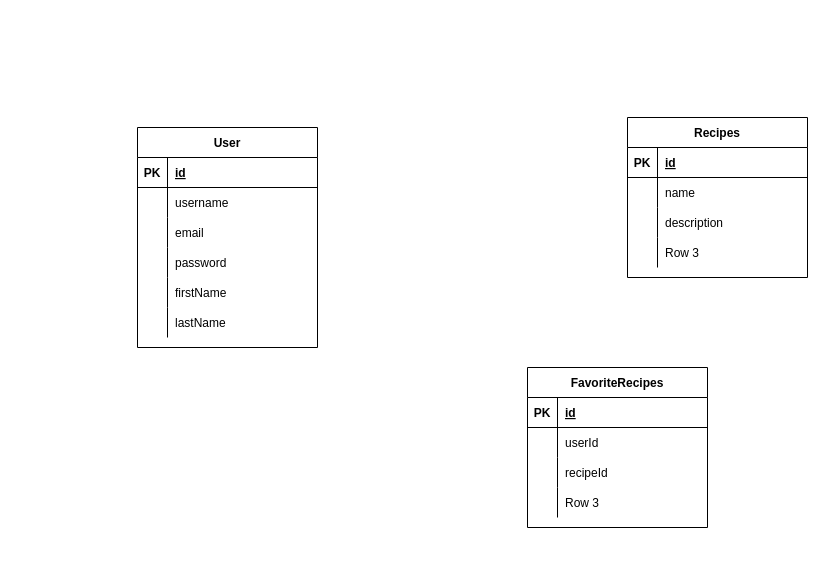
not9ahmed/project-4 keeps this draw.io diagram as ERD/Project 4 ERD.drawio. Above is the earlier version. Source tidied: cells renumbered, new cells numbered last; positions are measured from the earlier drawing's top-left corner, leaving out a move shared by most shapes. Both pictures are drawn from the tidied source at 100%, with x=0, y=0 at pixel (137, 117).
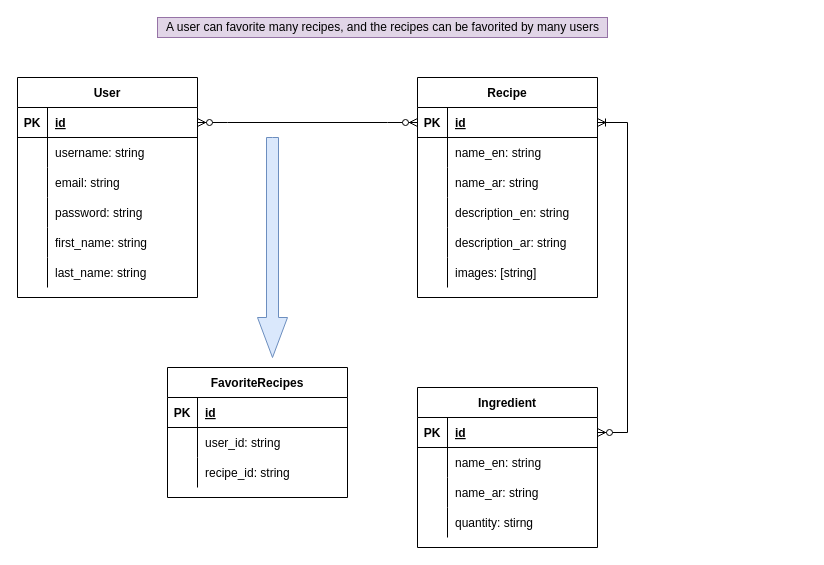
The same diagram, later.

The change refers to these unchanged cells:
```xml
<mxCell id="3" style="shape=tableRow;horizontal=0;startSize=0;swimlaneHead=0;swimlaneBody=0;fillColor=none;points=[[0,0.5],[1,0.5]];portConstraint=eastwest;top=0;left=0;right=0;bottom=1;" parent="2" vertex="1">
  <mxGeometry y="30" width="180" height="30" as="geometry" />
</mxCell>
<mxCell id="6" style="shape=tableRow;horizontal=0;startSize=0;swimlaneHead=0;swimlaneBody=0;fillColor=none;top=0;left=0;right=0;bottom=0;" parent="2" vertex="1">
  <mxGeometry y="60" width="180" height="30" as="geometry" />
</mxCell>
<mxCell id="9" style="shape=tableRow;horizontal=0;startSize=0;swimlaneHead=0;swimlaneBody=0;fillColor=none;top=0;left=0;right=0;bottom=0;" parent="2" vertex="1">
  <mxGeometry y="90" width="180" height="30" as="geometry" />
</mxCell>
<mxCell id="12" style="shape=tableRow;horizontal=0;startSize=0;swimlaneHead=0;swimlaneBody=0;fillColor=none;top=0;left=0;right=0;bottom=0;" parent="2" vertex="1">
  <mxGeometry y="120" width="180" height="30" as="geometry" />
</mxCell>
<mxCell id="15" style="shape=tableRow;horizontal=0;startSize=0;swimlaneHead=0;swimlaneBody=0;fillColor=none;top=0;left=0;right=0;bottom=0;" parent="2" vertex="1">
  <mxGeometry y="150" width="180" height="30" as="geometry" />
</mxCell>
<mxCell id="18" style="shape=tableRow;horizontal=0;startSize=0;swimlaneHead=0;swimlaneBody=0;fillColor=none;top=0;left=0;right=0;bottom=0;" parent="2" vertex="1">
  <mxGeometry y="180" width="180" height="30" as="geometry" />
</mxCell>
```

What changed in the source:
```diff
@@
     <mxCell id="2" value="User" style="shape=table;startSize=30;childLayout=tableLayout;rowLines=0;fontStyle=1;align=center;" parent="1" vertex="1">
-      <mxGeometry y="10" width="180" height="220" as="geometry" />
+      <mxGeometry x="-120" y="-40" width="180" height="220" as="geometry" />
     </mxCell>
@@
-    <mxCell id="8" value="username" style="shape=partialRectangle;fillColor=none;top=0;left=0;bottom=0;right=0;align=left;spacingLeft=6;overflow=hidden;" parent="6" vertex="1">
+    <mxCell id="8" value="username: string" style="shape=partialRectangle;fillColor=none;top=0;left=0;bottom=0;right=0;align=left;spacingLeft=6;overflow=hidden;" parent="6" vertex="1">
       <mxGeometry x="30" width="150" height="30" as="geometry" />
     </mxCell>
@@
-    <mxCell id="11" value="email" style="shape=partialRectangle;fillColor=none;top=0;left=0;bottom=0;right=0;align=left;spacingLeft=6;overflow=hidden;" parent="9" vertex="1">
+    <mxCell id="11" value="email: string" style="shape=partialRectangle;fillColor=none;top=0;left=0;bottom=0;right=0;align=left;spacingLeft=6;overflow=hidden;" parent="9" vertex="1">
       <mxGeometry x="30" width="150" height="30" as="geometry" />
     </mxCell>
@@
-    <mxCell id="14" value="password" style="shape=partialRectangle;fillColor=none;top=0;left=0;bottom=0;right=0;align=left;spacingLeft=6;overflow=hidden;" parent="12" vertex="1">
+    <mxCell id="14" value="password: string" style="shape=partialRectangle;fillColor=none;top=0;left=0;bottom=0;right=0;align=left;spacingLeft=6;overflow=hidden;" parent="12" vertex="1">
       <mxGeometry x="30" width="150" height="30" as="geometry" />
     </mxCell>
@@
-    <mxCell id="17" value="firstName" style="shape=partialRectangle;fillColor=none;top=0;left=0;bottom=0;right=0;align=left;spacingLeft=6;overflow=hidden;" parent="15" vertex="1">
+    <mxCell id="17" value="first_name: string" style="shape=partialRectangle;fillColor=none;top=0;left=0;bottom=0;right=0;align=left;spacingLeft=6;overflow=hidden;" parent="15" vertex="1">
       <mxGeometry x="30" width="150" height="30" as="geometry" />
     </mxCell>
@@
-    <mxCell id="20" value="lastName" style="shape=partialRectangle;fillColor=none;top=0;left=0;bottom=0;right=0;align=left;spacingLeft=6;overflow=hidden;" parent="18" vertex="1">
+    <mxCell id="20" value="last_name: string" style="shape=partialRectangle;fillColor=none;top=0;left=0;bottom=0;right=0;align=left;spacingLeft=6;overflow=hidden;" parent="18" vertex="1">
       <mxGeometry x="30" width="150" height="30" as="geometry" />
     </mxCell>
-    <mxCell id="21" value="Recipes" style="shape=table;startSize=30;childLayout=tableLayout;rowLines=0;fontStyle=1;align=center;" parent="1" vertex="1">
-      <mxGeometry x="490" width="180" height="160" as="geometry" />
-    </mxCell>
-    <mxCell id="22" style="shape=tableRow;horizontal=0;startSize=0;swimlaneHead=0;swimlaneBody=0;fillColor=none;top=0;left=0;right=0;bottom=1;" parent="21" vertex="1">
-      <mxGeometry y="30" width="180" height="30" as="geometry" />
-    </mxCell>
-    <mxCell id="23" value="PK" style="shape=partialRectangle;fillColor=none;top=0;left=0;bottom=0;right=0;fontStyle=1;overflow=hidden;" parent="22" vertex="1">
-      <mxGeometry width="30" height="30" as="geometry" />
-    </mxCell>
-    <mxCell id="24" value="id" style="shape=partialRectangle;fillColor=none;top=0;left=0;bottom=0;right=0;align=left;spacingLeft=6;fontStyle=5;overflow=hidden;" parent="22" vertex="1">
-      <mxGeometry x="30" width="150" height="30" as="geometry" />
-    </mxCell>
-    <mxCell id="25" style="shape=tableRow;horizontal=0;startSize=0;swimlaneHead=0;swimlaneBody=0;fillColor=none;top=0;left=0;right=0;bottom=0;" parent="21" vertex="1">
-      <mxGeometry y="60" width="180" height="30" as="geometry" />
-    </mxCell>
-    <mxCell id="26" style="shape=partialRectangle;fillColor=none;top=0;left=0;bottom=0;right=0;overflow=hidden;" parent="25" vertex="1">
-      <mxGeometry width="30" height="30" as="geometry" />
-    </mxCell>
-    <mxCell id="27" value="name" style="shape=partialRectangle;fillColor=none;top=0;left=0;bottom=0;right=0;align=left;spacingLeft=6;overflow=hidden;" parent="25" vertex="1">
-      <mxGeometry x="30" width="150" height="30" as="geometry" />
-    </mxCell>
-    <mxCell id="28" style="shape=tableRow;horizontal=0;startSize=0;swimlaneHead=0;swimlaneBody=0;fillColor=none;top=0;left=0;right=0;bottom=0;" parent="21" vertex="1">
-      <mxGeometry y="90" width="180" height="30" as="geometry" />
-    </mxCell>
-    <mxCell id="29" style="shape=partialRectangle;fillColor=none;top=0;left=0;bottom=0;right=0;overflow=hidden;" parent="28" vertex="1">
-      <mxGeometry width="30" height="30" as="geometry" />
-    </mxCell>
-    <mxCell id="30" value="description" style="shape=partialRectangle;fillColor=none;top=0;left=0;bottom=0;right=0;align=left;spacingLeft=6;overflow=hidden;" parent="28" vertex="1">
-      <mxGeometry x="30" width="150" height="30" as="geometry" />
-    </mxCell>
-    <mxCell id="31" style="shape=tableRow;horizontal=0;startSize=0;swimlaneHead=0;swimlaneBody=0;fillColor=none;top=0;left=0;right=0;bottom=0;" parent="21" vertex="1">
-      <mxGeometry y="120" width="180" height="30" as="geometry" />
-    </mxCell>
-    <mxCell id="32" style="shape=partialRectangle;fillColor=none;top=0;left=0;bottom=0;right=0;overflow=hidden;" parent="31" vertex="1">
-      <mxGeometry width="30" height="30" as="geometry" />
-    </mxCell>
-    <mxCell id="33" value="Row 3" style="shape=partialRectangle;fillColor=none;top=0;left=0;bottom=0;right=0;align=left;spacingLeft=6;overflow=hidden;" parent="31" vertex="1">
-      <mxGeometry x="30" width="150" height="30" as="geometry" />
-    </mxCell>
+    <mxCell id="47" value="Ingredient" style="shape=table;startSize=30;childLayout=tableLayout;rowLines=0;fontStyle=1;align=center;" parent="1" vertex="1">
+      <mxGeometry x="280" y="270" width="180" height="160" as="geometry" />
+    </mxCell>
+    <mxCell id="48" style="shape=tableRow;horizontal=0;startSize=0;swimlaneHead=0;swimlaneBody=0;fillColor=none;points=[[0,0.5],[1,0.5]];portConstraint=eastwest;top=0;left=0;right=0;bottom=1;" parent="47" vertex="1">
+      <mxGeometry y="30" width="180" height="30" as="geometry" />
+    </mxCell>
+    <mxCell id="49" value="PK" style="shape=partialRectangle;fillColor=none;top=0;left=0;bottom=0;right=0;fontStyle=1;overflow=hidden;" parent="48" vertex="1">
+      <mxGeometry width="30" height="30" as="geometry" />
+    </mxCell>
+    <mxCell id="50" value="id" style="shape=partialRectangle;fillColor=none;top=0;left=0;bottom=0;right=0;align=left;spacingLeft=6;fontStyle=5;overflow=hidden;" parent="48" vertex="1">
+      <mxGeometry x="30" width="150" height="30" as="geometry" />
+    </mxCell>
+    <mxCell id="51" style="shape=tableRow;horizontal=0;startSize=0;swimlaneHead=0;swimlaneBody=0;fillColor=none;top=0;left=0;right=0;bottom=0;" parent="47" vertex="1">
+      <mxGeometry y="60" width="180" height="30" as="geometry" />
+    </mxCell>
+    <mxCell id="52" style="shape=partialRectangle;fillColor=none;top=0;left=0;bottom=0;right=0;overflow=hidden;" parent="51" vertex="1">
+      <mxGeometry width="30" height="30" as="geometry" />
+    </mxCell>
+    <mxCell id="53" value="name_en: string" style="shape=partialRectangle;fillColor=none;top=0;left=0;bottom=0;right=0;align=left;spacingLeft=6;overflow=hidden;" parent="51" vertex="1">
+      <mxGeometry x="30" width="150" height="30" as="geometry" />
+    </mxCell>
+    <mxCell id="54" style="shape=tableRow;horizontal=0;startSize=0;swimlaneHead=0;swimlaneBody=0;fillColor=none;top=0;left=0;right=0;bottom=0;" parent="47" vertex="1">
+      <mxGeometry y="90" width="180" height="30" as="geometry" />
+    </mxCell>
+    <mxCell id="55" style="shape=partialRectangle;fillColor=none;top=0;left=0;bottom=0;right=0;overflow=hidden;" parent="54" vertex="1">
+      <mxGeometry width="30" height="30" as="geometry" />
+    </mxCell>
+    <mxCell id="56" value="name_ar: string" style="shape=partialRectangle;fillColor=none;top=0;left=0;bottom=0;right=0;align=left;spacingLeft=6;overflow=hidden;" parent="54" vertex="1">
+      <mxGeometry x="30" width="150" height="30" as="geometry" />
+    </mxCell>
+    <mxCell id="57" style="shape=tableRow;horizontal=0;startSize=0;swimlaneHead=0;swimlaneBody=0;fillColor=none;top=0;left=0;right=0;bottom=0;" parent="47" vertex="1">
+      <mxGeometry y="120" width="180" height="30" as="geometry" />
+    </mxCell>
+    <mxCell id="58" style="shape=partialRectangle;fillColor=none;top=0;left=0;bottom=0;right=0;overflow=hidden;" parent="57" vertex="1">
+      <mxGeometry width="30" height="30" as="geometry" />
+    </mxCell>
+    <mxCell id="59" value="quantity: stirng" style="shape=partialRectangle;fillColor=none;top=0;left=0;bottom=0;right=0;align=left;spacingLeft=6;overflow=hidden;" parent="57" vertex="1">
+      <mxGeometry x="30" width="150" height="30" as="geometry" />
+    </mxCell>
     <mxCell id="34" value="FavoriteRecipes" style="shape=table;startSize=30;childLayout=tableLayout;rowLines=0;fontStyle=1;align=center;" parent="1" vertex="1">
-      <mxGeometry x="390" y="250" width="180" height="160" as="geometry" />
+      <mxGeometry x="30" y="250" width="180" height="130" as="geometry" />
     </mxCell>
-    <mxCell id="35" style="shape=tableRow;horizontal=0;startSize=0;swimlaneHead=0;swimlaneBody=0;fillColor=none;top=0;left=0;right=0;bottom=1;" parent="34" vertex="1">
-      <mxGeometry y="30" width="180" height="30" as="geometry" />
-    </mxCell>
-    <mxCell id="36" value="PK" style="shape=partialRectangle;fillColor=none;top=0;left=0;bottom=0;right=0;fontStyle=1;overflow=hidden;" parent="35" vertex="1">
-      <mxGeometry width="30" height="30" as="geometry" />
-    </mxCell>
-    <mxCell id="37" value="id" style="shape=partialRectangle;fillColor=none;top=0;left=0;bottom=0;right=0;align=left;spacingLeft=6;fontStyle=5;overflow=hidden;" parent="35" vertex="1">
-      <mxGeometry x="30" width="150" height="30" as="geometry" />
-    </mxCell>
-    <mxCell id="38" style="shape=tableRow;horizontal=0;startSize=0;swimlaneHead=0;swimlaneBody=0;fillColor=none;top=0;left=0;right=0;bottom=0;" parent="34" vertex="1">
-      <mxGeometry y="60" width="180" height="30" as="geometry" />
-    </mxCell>
-    <mxCell id="39" style="shape=partialRectangle;fillColor=none;top=0;left=0;bottom=0;right=0;overflow=hidden;" parent="38" vertex="1">
-      <mxGeometry width="30" height="30" as="geometry" />
-    </mxCell>
-    <mxCell id="40" value="userId" style="shape=partialRectangle;fillColor=none;top=0;left=0;bottom=0;right=0;align=left;spacingLeft=6;overflow=hidden;" parent="38" vertex="1">
-      <mxGeometry x="30" width="150" height="30" as="geometry" />
-    </mxCell>
-    <mxCell id="41" style="shape=tableRow;horizontal=0;startSize=0;swimlaneHead=0;swimlaneBody=0;fillColor=none;top=0;left=0;right=0;bottom=0;" parent="34" vertex="1">
-      <mxGeometry y="90" width="180" height="30" as="geometry" />
-    </mxCell>
-    <mxCell id="42" style="shape=partialRectangle;fillColor=none;top=0;left=0;bottom=0;right=0;overflow=hidden;" parent="41" vertex="1">
-      <mxGeometry width="30" height="30" as="geometry" />
-    </mxCell>
-    <mxCell id="43" value="recipeId" style="shape=partialRectangle;fillColor=none;top=0;left=0;bottom=0;right=0;align=left;spacingLeft=6;overflow=hidden;" parent="41" vertex="1">
-      <mxGeometry x="30" width="150" height="30" as="geometry" />
-    </mxCell>
-    <mxCell id="44" style="shape=tableRow;horizontal=0;startSize=0;swimlaneHead=0;swimlaneBody=0;fillColor=none;top=0;left=0;right=0;bottom=0;" parent="34" vertex="1">
-      <mxGeometry y="120" width="180" height="30" as="geometry" />
-    </mxCell>
-    <mxCell id="45" style="shape=partialRectangle;fillColor=none;top=0;left=0;bottom=0;right=0;overflow=hidden;" parent="44" vertex="1">
-      <mxGeometry width="30" height="30" as="geometry" />
-    </mxCell>
-    <mxCell id="46" value="Row 3" style="shape=partialRectangle;fillColor=none;top=0;left=0;bottom=0;right=0;align=left;spacingLeft=6;overflow=hidden;" parent="44" vertex="1">
-      <mxGeometry x="30" width="150" height="30" as="geometry" />
-    </mxCell>
+    <mxCell id="60" style="shape=tableRow;horizontal=0;startSize=0;swimlaneHead=0;swimlaneBody=0;fillColor=none;top=0;left=0;right=0;bottom=1;" parent="34" vertex="1">
+      <mxGeometry y="30" width="180" height="30" as="geometry" />
+    </mxCell>
+    <mxCell id="61" value="PK" style="shape=partialRectangle;fillColor=none;top=0;left=0;bottom=0;right=0;fontStyle=1;overflow=hidden;" parent="60" vertex="1">
+      <mxGeometry width="30" height="30" as="geometry" />
+    </mxCell>
+    <mxCell id="62" value="id" style="shape=partialRectangle;fillColor=none;top=0;left=0;bottom=0;right=0;align=left;spacingLeft=6;fontStyle=5;overflow=hidden;" parent="60" vertex="1">
+      <mxGeometry x="30" width="150" height="30" as="geometry" />
+    </mxCell>
+    <mxCell id="63" style="shape=tableRow;horizontal=0;startSize=0;swimlaneHead=0;swimlaneBody=0;fillColor=none;top=0;left=0;right=0;bottom=0;" parent="34" vertex="1">
+      <mxGeometry y="60" width="180" height="30" as="geometry" />
+    </mxCell>
+    <mxCell id="64" style="shape=partialRectangle;fillColor=none;top=0;left=0;bottom=0;right=0;overflow=hidden;" parent="63" vertex="1">
+      <mxGeometry width="30" height="30" as="geometry" />
+    </mxCell>
+    <mxCell id="65" value="user_id: string" style="shape=partialRectangle;fillColor=none;top=0;left=0;bottom=0;right=0;align=left;spacingLeft=6;overflow=hidden;" parent="63" vertex="1">
+      <mxGeometry x="30" width="150" height="30" as="geometry" />
+    </mxCell>
+    <mxCell id="66" style="shape=tableRow;horizontal=0;startSize=0;swimlaneHead=0;swimlaneBody=0;fillColor=none;top=0;left=0;right=0;bottom=0;" parent="34" vertex="1">
+      <mxGeometry y="90" width="180" height="30" as="geometry" />
+    </mxCell>
+    <mxCell id="67" style="shape=partialRectangle;fillColor=none;top=0;left=0;bottom=0;right=0;overflow=hidden;" parent="66" vertex="1">
+      <mxGeometry width="30" height="30" as="geometry" />
+    </mxCell>
+    <mxCell id="68" value="recipe_id: string" style="shape=partialRectangle;fillColor=none;top=0;left=0;bottom=0;right=0;align=left;spacingLeft=6;overflow=hidden;" parent="66" vertex="1">
+      <mxGeometry x="30" width="150" height="30" as="geometry" />
+    </mxCell>
+    <mxCell id="69" value="Recipe" style="shape=table;startSize=30;childLayout=tableLayout;rowLines=0;fontStyle=1;align=center;" parent="1" vertex="1">
+      <mxGeometry x="280" y="-40" width="180" height="220" as="geometry" />
+    </mxCell>
+    <mxCell id="70" style="shape=tableRow;horizontal=0;startSize=0;swimlaneHead=0;swimlaneBody=0;fillColor=none;points=[[0,0.5],[1,0.5]];portConstraint=eastwest;top=0;left=0;right=0;bottom=1;" parent="69" vertex="1">
+      <mxGeometry y="30" width="180" height="30" as="geometry" />
+    </mxCell>
+    <mxCell id="71" value="PK" style="shape=partialRectangle;fillColor=none;top=0;left=0;bottom=0;right=0;fontStyle=1;overflow=hidden;" parent="70" vertex="1">
+      <mxGeometry width="30" height="30" as="geometry" />
+    </mxCell>
+    <mxCell id="72" value="id" style="shape=partialRectangle;fillColor=none;top=0;left=0;bottom=0;right=0;align=left;spacingLeft=6;fontStyle=5;overflow=hidden;" parent="70" vertex="1">
+      <mxGeometry x="30" width="150" height="30" as="geometry" />
+    </mxCell>
+    <mxCell id="73" style="shape=tableRow;horizontal=0;startSize=0;swimlaneHead=0;swimlaneBody=0;fillColor=none;top=0;left=0;right=0;bottom=0;" parent="69" vertex="1">
+      <mxGeometry y="60" width="180" height="30" as="geometry" />
+    </mxCell>
+    <mxCell id="74" style="shape=partialRectangle;fillColor=none;top=0;left=0;bottom=0;right=0;overflow=hidden;" parent="73" vertex="1">
+      <mxGeometry width="30" height="30" as="geometry" />
+    </mxCell>
+    <mxCell id="75" value="name_en: string" style="shape=partialRectangle;fillColor=none;top=0;left=0;bottom=0;right=0;align=left;spacingLeft=6;overflow=hidden;" parent="73" vertex="1">
+      <mxGeometry x="30" width="150" height="30" as="geometry" />
+    </mxCell>
+    <mxCell id="76" style="shape=tableRow;horizontal=0;startSize=0;swimlaneHead=0;swimlaneBody=0;fillColor=none;top=0;left=0;right=0;bottom=0;" parent="69" vertex="1">
+      <mxGeometry y="90" width="180" height="30" as="geometry" />
+    </mxCell>
+    <mxCell id="77" style="shape=partialRectangle;fillColor=none;top=0;left=0;bottom=0;right=0;overflow=hidden;" parent="76" vertex="1">
+      <mxGeometry width="30" height="30" as="geometry" />
+    </mxCell>
+    <mxCell id="78" value="name_ar: string" style="shape=partialRectangle;fillColor=none;top=0;left=0;bottom=0;right=0;align=left;spacingLeft=6;overflow=hidden;" parent="76" vertex="1">
+      <mxGeometry x="30" width="150" height="30" as="geometry" />
+    </mxCell>
+    <mxCell id="79" style="shape=tableRow;horizontal=0;startSize=0;swimlaneHead=0;swimlaneBody=0;fillColor=none;top=0;left=0;right=0;bottom=0;" parent="69" vertex="1">
+      <mxGeometry y="120" width="180" height="30" as="geometry" />
+    </mxCell>
+    <mxCell id="80" style="shape=partialRectangle;fillColor=none;top=0;left=0;bottom=0;right=0;overflow=hidden;" parent="79" vertex="1">
+      <mxGeometry width="30" height="30" as="geometry" />
+    </mxCell>
+    <mxCell id="81" value="description_en: string" style="shape=partialRectangle;fillColor=none;top=0;left=0;bottom=0;right=0;align=left;spacingLeft=6;overflow=hidden;" parent="79" vertex="1">
+      <mxGeometry x="30" width="150" height="30" as="geometry" />
+    </mxCell>
+    <mxCell id="82" style="shape=tableRow;horizontal=0;startSize=0;swimlaneHead=0;swimlaneBody=0;fillColor=none;top=0;left=0;right=0;bottom=0;" parent="69" vertex="1">
+      <mxGeometry y="150" width="180" height="30" as="geometry" />
+    </mxCell>
+    <mxCell id="83" style="shape=partialRectangle;fillColor=none;top=0;left=0;bottom=0;right=0;overflow=hidden;" parent="82" vertex="1">
+      <mxGeometry width="30" height="30" as="geometry" />
+    </mxCell>
+    <mxCell id="84" value="description_ar: string" style="shape=partialRectangle;fillColor=none;top=0;left=0;bottom=0;right=0;align=left;spacingLeft=6;overflow=hidden;" parent="82" vertex="1">
+      <mxGeometry x="30" width="150" height="30" as="geometry" />
+    </mxCell>
+    <mxCell id="85" style="shape=tableRow;horizontal=0;startSize=0;swimlaneHead=0;swimlaneBody=0;fillColor=none;top=0;left=0;right=0;bottom=0;" parent="69" vertex="1">
+      <mxGeometry y="180" width="180" height="30" as="geometry" />
+    </mxCell>
+    <mxCell id="86" style="shape=partialRectangle;fillColor=none;top=0;left=0;bottom=0;right=0;overflow=hidden;" parent="85" vertex="1">
+      <mxGeometry width="30" height="30" as="geometry" />
+    </mxCell>
+    <mxCell id="87" value="images: [string]" style="shape=partialRectangle;fillColor=none;top=0;left=0;bottom=0;right=0;align=left;spacingLeft=6;overflow=hidden;" parent="85" vertex="1">
+      <mxGeometry x="30" width="150" height="30" as="geometry" />
+    </mxCell>
+    <mxCell id="88" style="edgeStyle=entityRelationEdgeStyle;fontSize=12;html=1;endArrow=ERoneToMany;startArrow=ERzeroToMany;rounded=0;exitX=1;exitY=0.5;exitDx=0;exitDy=0;" parent="1" edge="1" source="48" target="70">
+      <mxGeometry relative="1" as="geometry" />
+    </mxCell>
+    <mxCell id="89" style="edgeStyle=entityRelationEdgeStyle;fontSize=12;html=1;endArrow=ERzeroToMany;endFill=1;startArrow=ERzeroToMany;rounded=0;entryX=0;entryY=0.5;entryDx=0;entryDy=0;" parent="1" edge="1" source="3" target="70">
+      <mxGeometry relative="1" as="geometry" />
+    </mxCell>
+    <mxCell id="90" value="A user can favorite many recipes, and the recipes can be favorited by many users" style="text;html=1;align=center;verticalAlign=middle;strokeColor=#9673a6;fillColor=#e1d5e7;" parent="1" vertex="1">
+      <mxGeometry x="20" y="-100" width="450" height="20" as="geometry" />
+    </mxCell>
+    <mxCell id="91" style="html=1;shadow=0;dashed=0;align=center;verticalAlign=middle;shape=mxgraph.arrows2.arrow;dy=0.6;dx=40;direction=south;notch=0;fillColor=#dae8fc;strokeColor=#6c8ebf;" parent="1" vertex="1">
+      <mxGeometry x="120" y="20" width="30" height="220" as="geometry" />
+    </mxCell>
```
